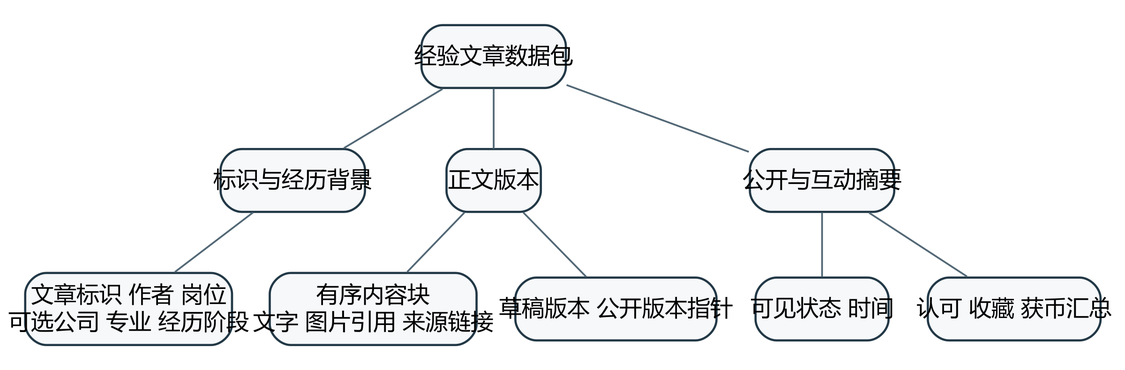
Above: docs/project/models/图表与模型/HIER01.png in jason-bitc/HZCU-CampusHub (Graphviz), before the change. Its source is kept beside it as docs/project/models/图表与模型/HIER01.dot. The source it was exported from:
```dot
digraph G {
graph [rankdir=TB,nodesep=0.30,ranksep=0.48,bgcolor="white",splines=polyline,pad=0.20];
node [fontname="Microsoft YaHei",fontsize=13,color="#223846",penwidth=1.25,margin="0.10,0.07",style="rounded,filled",fillcolor="#F6F8FA"];
edge [fontname="Microsoft YaHei",fontsize=10,color="#526775",arrowsize=0.7];
"root" [shape=box,label="经验文章数据包"];
"base" [shape=box,label="标识与经历背景"];
"body" [shape=box,label="正文版本"];
"public" [shape=box,label="公开与互动摘要"];
"id" [shape=box,label="文章标识 作者 岗位\n可选公司 专业 经历阶段"];
"seq" [shape=box,label="有序内容块\n文字 图片引用 来源链接"];
"vs" [shape=box,label="草稿版本 公开版本指针"];
"state" [shape=box,label="可见状态 时间"];
"counts" [shape=box,label="认可 收藏 获币汇总"];
"root" -> "base" [label="",dir=none];
"root" -> "body" [label="",dir=none];
"root" -> "public" [label="",dir=none];
"base" -> "id" [label="",dir=none];
"body" -> "seq" [label="",dir=none];
"body" -> "vs" [label="",dir=none];
"public" -> "state" [label="",dir=none];
"public" -> "counts" [label="",dir=none];
}
```
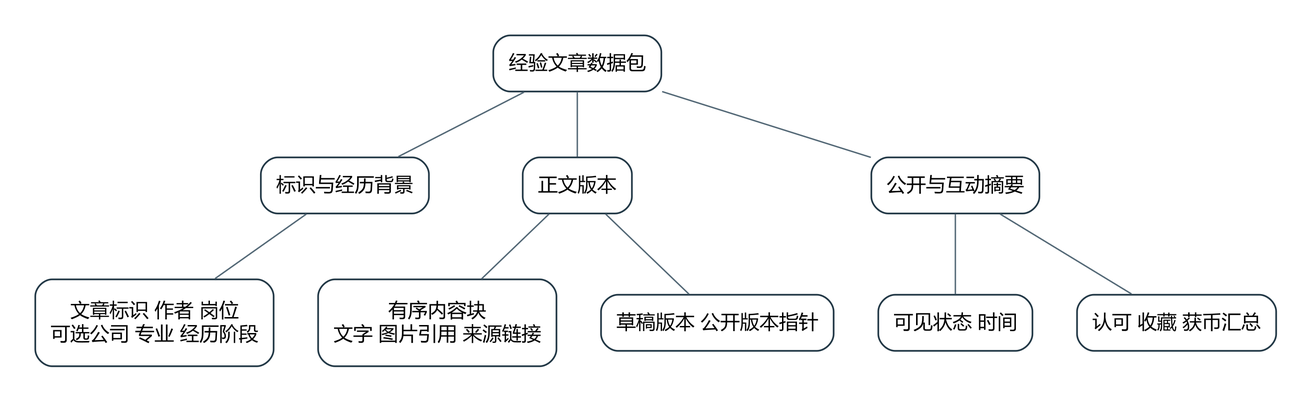
After the change.

What changed in the source:
```diff
@@ -1,22 +1,22 @@
 digraph G {
-graph [rankdir=TB,nodesep=0.30,ranksep=0.48,bgcolor="white",splines=polyline,pad=0.20];
-node [fontname="Microsoft YaHei",fontsize=13,color="#223846",penwidth=1.25,margin="0.10,0.07",style="rounded,filled",fillcolor="#F6F8FA"];
-edge [fontname="Microsoft YaHei",fontsize=10,color="#526775",arrowsize=0.7];
-"root" [shape=box,label="经验文章数据包"];
-"base" [shape=box,label="标识与经历背景"];
-"body" [shape=box,label="正文版本"];
-"public" [shape=box,label="公开与互动摘要"];
-"id" [shape=box,label="文章标识 作者 岗位\n可选公司 专业 经历阶段"];
-"seq" [shape=box,label="有序内容块\n文字 图片引用 来源链接"];
-"vs" [shape=box,label="草稿版本 公开版本指针"];
-"state" [shape=box,label="可见状态 时间"];
-"counts" [shape=box,label="认可 收藏 获币汇总"];
-"root" -> "base" [label="",dir=none];
-"root" -> "body" [label="",dir=none];
-"root" -> "public" [label="",dir=none];
-"base" -> "id" [label="",dir=none];
-"body" -> "seq" [label="",dir=none];
-"body" -> "vs" [label="",dir=none];
-"public" -> "state" [label="",dir=none];
-"public" -> "counts" [label="",dir=none];
+graph [rankdir=TB,nodesep=0.45,ranksep=0.65,bgcolor="white",splines=polyline,pad=0.35];
+node [fontname="Microsoft YaHei",fontsize=14,color="#223846",penwidth=1.2,margin="0.12,0.10",fillcolor="white",style="filled"];
+edge [fontname="Microsoft YaHei",fontsize=11,color="#526775",arrowsize=0.7];
+"root" [shape=box,label="经验文章数据包",width=1.667,height=0.556,style="rounded,filled"];
+"base" [shape=box,label="标识与经历背景",width=1.667,height=0.556,style="rounded,filled"];
+"body" [shape=box,label="正文版本",width=1.083,height=0.556,style="rounded,filled"];
+"public" [shape=box,label="公开与互动摘要",width=1.667,height=0.556,style="rounded,filled"];
+"id" [shape=box,label="文章标识 作者 岗位\n可选公司 专业 经历阶段",width=2.364,height=0.861,style="rounded,filled"];
+"seq" [shape=box,label="有序内容块\n文字 图片引用 来源链接",width=2.364,height=0.861,style="rounded,filled"];
+"vs" [shape=box,label="草稿版本 公开版本指针",width=2.307,height=0.556,style="rounded,filled"];
+"state" [shape=box,label="可见状态 时间",width=1.529,height=0.556,style="rounded,filled"];
+"counts" [shape=box,label="认可 收藏 获币汇总",width=1.975,height=0.556,style="rounded,filled"];
+"root" -> "base" [dir=none];
+"root" -> "body" [dir=none];
+"root" -> "public" [dir=none];
+"base" -> "id" [dir=none];
+"body" -> "seq" [dir=none];
+"body" -> "vs" [dir=none];
+"public" -> "state" [dir=none];
+"public" -> "counts" [dir=none];
 }
```
